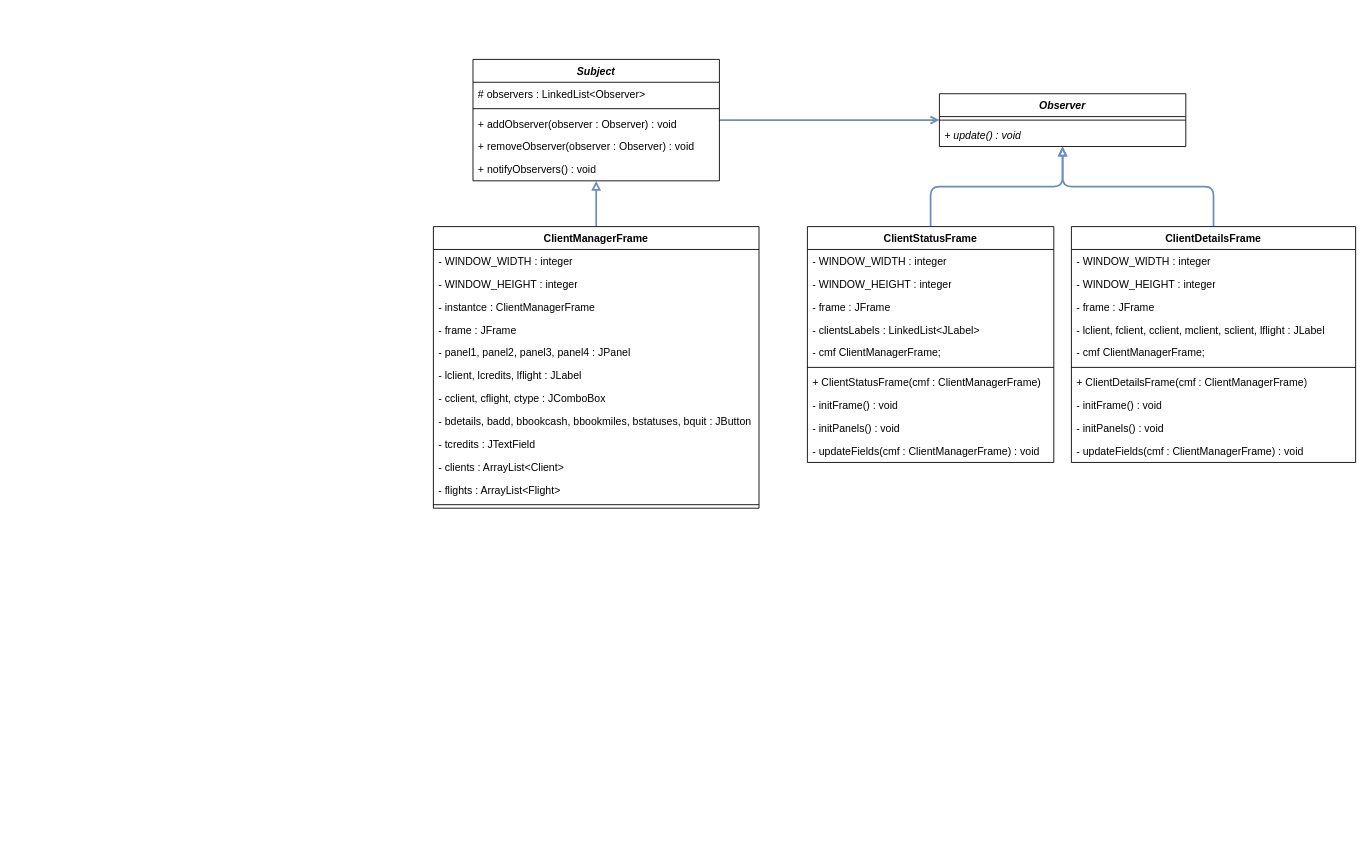
Cat-du-Fromage/ClientManager keeps this draw.io diagram as ClientManager.drawio. Above is the earlier version. Source tidied: cells renumbered, new cells numbered last; positions are measured from the earlier drawing's top-left corner, leaving out a move shared by most shapes. Both pictures are drawn from the tidied source at 88%, with x=0, y=0 at pixel (433, 59).
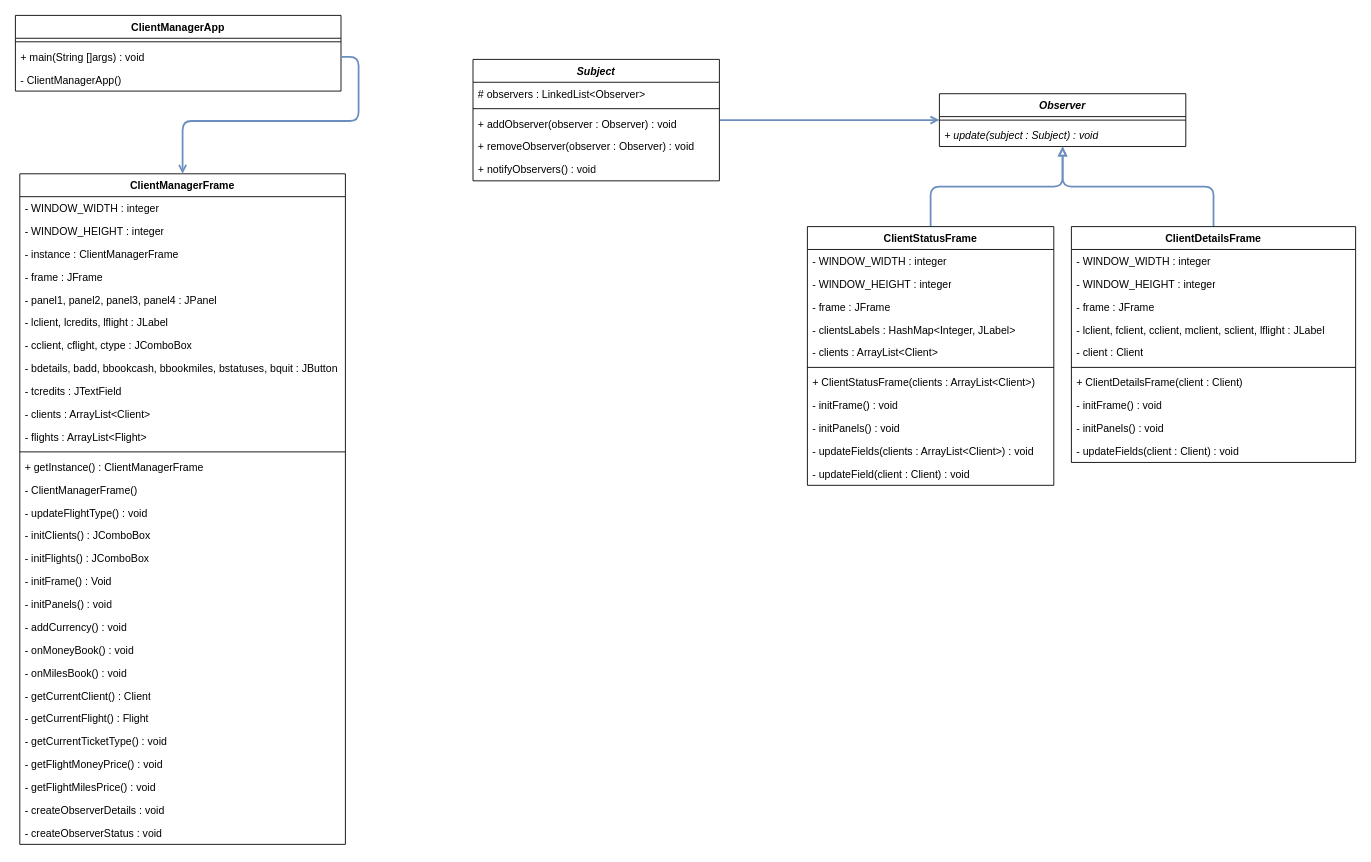
The same page after the edit.

Commit message (it also covers changes not shown here):
Add comments, remove unused code and update class diagram

Unchanged cells that the change refers to:
```xml
<mxCell id="3" value="&lt;i&gt;Subject&lt;/i&gt;" style="swimlane;fontStyle=1;align=center;verticalAlign=top;horizontal=1;startSize=26;whiteSpace=wrap;html=1;" parent="1" vertex="1">
  <mxGeometry x="45" width="280" height="138" as="geometry" />
</mxCell>
<mxCell id="9" value="&lt;i&gt;Observer&lt;/i&gt;" style="swimlane;fontStyle=1;align=center;verticalAlign=top;horizontal=1;startSize=26;whiteSpace=wrap;html=1;" parent="1" vertex="1">
  <mxGeometry x="575" y="39" width="280" height="60" as="geometry" />
</mxCell>
<mxCell id="25" value="ClientDetailsFrame" style="swimlane;fontStyle=1;align=center;verticalAlign=top;horizontal=1;startSize=26;whiteSpace=wrap;html=1;" parent="1" vertex="1">
  <mxGeometry x="725" y="190" width="323" height="268" as="geometry" />
</mxCell>
```

Diff of the diagram source:
```diff
@@
-    <mxCell id="11" value="&lt;i&gt;+ update() : void&lt;/i&gt;" style="text;strokeColor=none;fillColor=none;align=left;verticalAlign=top;spacingLeft=4;spacingRight=4;overflow=hidden;whiteSpace=wrap;html=1;" parent="9" vertex="1">
+    <mxCell id="11" value="&lt;i&gt;+ update(subject : Subject) : void&lt;/i&gt;" style="text;strokeColor=none;fillColor=none;align=left;verticalAlign=top;spacingLeft=4;spacingRight=4;overflow=hidden;whiteSpace=wrap;html=1;" parent="9" vertex="1">
       <mxGeometry y="34" width="280" height="26" as="geometry" />
     </mxCell>
@@
     <mxCell id="13" value="ClientStatusFrame" style="swimlane;fontStyle=1;align=center;verticalAlign=top;horizontal=1;startSize=26;whiteSpace=wrap;html=1;" parent="1" vertex="1">
-      <mxGeometry x="425" y="190" width="280" height="268" as="geometry" />
+      <mxGeometry x="425" y="190" width="280" height="294" as="geometry" />
     </mxCell>
@@
-    <mxCell id="17" value="- clientsLabels : LinkedList&amp;lt;JLabel&amp;gt;" style="text;strokeColor=none;fillColor=none;align=left;verticalAlign=top;spacingLeft=4;spacingRight=4;overflow=hidden;whiteSpace=wrap;html=1;" parent="13" vertex="1">
+    <mxCell id="17" value="- clientsLabels : HashMap&amp;lt;Integer, JLabel&amp;gt;" style="text;strokeColor=none;fillColor=none;align=left;verticalAlign=top;spacingLeft=4;spacingRight=4;overflow=hidden;whiteSpace=wrap;html=1;" parent="13" vertex="1">
       <mxGeometry y="104" width="280" height="26" as="geometry" />
     </mxCell>
-    <mxCell id="18" value="- cmf ClientManagerFrame;" style="text;strokeColor=none;fillColor=none;align=left;verticalAlign=top;spacingLeft=4;spacingRight=4;overflow=hidden;whiteSpace=wrap;html=1;" parent="13" vertex="1">
+    <mxCell id="18" value="- clients : ArrayList&amp;lt;Client&amp;gt;" style="text;strokeColor=none;fillColor=none;align=left;verticalAlign=top;spacingLeft=4;spacingRight=4;overflow=hidden;whiteSpace=wrap;html=1;" parent="13" vertex="1">
       <mxGeometry y="130" width="280" height="26" as="geometry" />
     </mxCell>
@@
-    <mxCell id="20" value="+ ClientStatusFrame(cmf : ClientManagerFrame)" style="text;strokeColor=none;fillColor=none;align=left;verticalAlign=top;spacingLeft=4;spacingRight=4;overflow=hidden;whiteSpace=wrap;html=1;" parent="13" vertex="1">
+    <mxCell id="20" value="+ ClientStatusFrame(clients : ArrayList&amp;lt;Client&amp;gt;)" style="text;strokeColor=none;fillColor=none;align=left;verticalAlign=top;spacingLeft=4;spacingRight=4;overflow=hidden;whiteSpace=wrap;html=1;" parent="13" vertex="1">
       <mxGeometry y="164" width="280" height="26" as="geometry" />
     </mxCell>
@@
-    <mxCell id="23" value="- updateFields(cmf : ClientManagerFrame) : void" style="text;strokeColor=none;fillColor=none;align=left;verticalAlign=top;spacingLeft=4;spacingRight=4;overflow=hidden;whiteSpace=wrap;html=1;" parent="13" vertex="1">
+    <mxCell id="23" value="- updateFields(clients : ArrayList&amp;lt;Client&amp;gt;) : void" style="text;strokeColor=none;fillColor=none;align=left;verticalAlign=top;spacingLeft=4;spacingRight=4;overflow=hidden;whiteSpace=wrap;html=1;" parent="13" vertex="1">
       <mxGeometry y="242" width="280" height="26" as="geometry" />
     </mxCell>
+    <mxCell id="50" value="- updateField(client : Client) : void" style="text;strokeColor=none;fillColor=none;align=left;verticalAlign=top;spacingLeft=4;spacingRight=4;overflow=hidden;whiteSpace=wrap;html=1;" parent="13" vertex="1">
+      <mxGeometry y="268" width="280" height="26" as="geometry" />
+    </mxCell>
@@
-    <mxCell id="30" value="- cmf ClientManagerFrame;" style="text;strokeColor=none;fillColor=none;align=left;verticalAlign=top;spacingLeft=4;spacingRight=4;overflow=hidden;whiteSpace=wrap;html=1;" parent="25" vertex="1">
+    <mxCell id="30" value="- client : Client" style="text;strokeColor=none;fillColor=none;align=left;verticalAlign=top;spacingLeft=4;spacingRight=4;overflow=hidden;whiteSpace=wrap;html=1;" parent="25" vertex="1">
       <mxGeometry y="130" width="323" height="26" as="geometry" />
     </mxCell>
@@
-    <mxCell id="32" value="+ ClientDetailsFrame(cmf : ClientManagerFrame)" style="text;strokeColor=none;fillColor=none;align=left;verticalAlign=top;spacingLeft=4;spacingRight=4;overflow=hidden;whiteSpace=wrap;html=1;" parent="25" vertex="1">
+    <mxCell id="32" value="+ ClientDetailsFrame(client : Client)" style="text;strokeColor=none;fillColor=none;align=left;verticalAlign=top;spacingLeft=4;spacingRight=4;overflow=hidden;whiteSpace=wrap;html=1;" parent="25" vertex="1">
       <mxGeometry y="164" width="323" height="26" as="geometry" />
     </mxCell>
@@
-    <mxCell id="35" value="- updateFields(cmf : ClientManagerFrame) : void" style="text;strokeColor=none;fillColor=none;align=left;verticalAlign=top;spacingLeft=4;spacingRight=4;overflow=hidden;whiteSpace=wrap;html=1;" parent="25" vertex="1">
+    <mxCell id="35" value="- updateFields(client : Client) : void" style="text;strokeColor=none;fillColor=none;align=left;verticalAlign=top;spacingLeft=4;spacingRight=4;overflow=hidden;whiteSpace=wrap;html=1;" parent="25" vertex="1">
       <mxGeometry y="242" width="323" height="26" as="geometry" />
     </mxCell>
-    <mxCell id="36" style="edgeStyle=orthogonalEdgeStyle;shape=connector;curved=0;rounded=1;jettySize=auto;html=1;exitX=0.5;exitY=0;exitDx=0;exitDy=0;strokeColor=#6c8ebf;strokeWidth=2;align=center;verticalAlign=middle;fontFamily=Helvetica;fontSize=11;fontColor=default;labelBackgroundColor=default;startFill=0;endArrow=block;fillColor=#dae8fc;endFill=0;" parent="1" edge="1" source="37" target="3">
-      <mxGeometry relative="1" as="geometry" />
-    </mxCell>
     <mxCell id="37" value="ClientManagerFrame" style="swimlane;fontStyle=1;align=center;verticalAlign=top;horizontal=1;startSize=26;whiteSpace=wrap;html=1;" parent="1" vertex="1">
-      <mxGeometry y="190" width="370" height="320" as="geometry" />
+      <mxGeometry x="-470" y="130" width="370" height="762" as="geometry" />
     </mxCell>
@@
-    <mxCell id="40" value="- instantce : ClientManagerFrame" style="text;strokeColor=none;fillColor=none;align=left;verticalAlign=top;spacingLeft=4;spacingRight=4;overflow=hidden;whiteSpace=wrap;html=1;" parent="37" vertex="1">
+    <mxCell id="40" value="- instance : ClientManagerFrame" style="text;strokeColor=none;fillColor=none;align=left;verticalAlign=top;spacingLeft=4;spacingRight=4;overflow=hidden;whiteSpace=wrap;html=1;" parent="37" vertex="1">
       <mxGeometry y="78" width="370" height="26" as="geometry" />
     </mxCell>
@@
+    <mxCell id="51" value="+ getInstance() : ClientManagerFrame" style="text;strokeColor=none;fillColor=none;align=left;verticalAlign=top;spacingLeft=4;spacingRight=4;overflow=hidden;whiteSpace=wrap;html=1;" parent="37" vertex="1">
+      <mxGeometry y="320" width="370" height="26" as="geometry" />
+    </mxCell>
+    <mxCell id="52" value="- ClientManagerFrame()" style="text;strokeColor=none;fillColor=none;align=left;verticalAlign=top;spacingLeft=4;spacingRight=4;overflow=hidden;whiteSpace=wrap;html=1;" parent="37" vertex="1">
+      <mxGeometry y="346" width="370" height="26" as="geometry" />
+    </mxCell>
+    <mxCell id="53" value="- updateFlightType() : void" style="text;strokeColor=none;fillColor=none;align=left;verticalAlign=top;spacingLeft=4;spacingRight=4;overflow=hidden;whiteSpace=wrap;html=1;" parent="37" vertex="1">
+      <mxGeometry y="372" width="370" height="26" as="geometry" />
+    </mxCell>
+    <mxCell id="54" value="- initClients() : JComboBox" style="text;strokeColor=none;fillColor=none;align=left;verticalAlign=top;spacingLeft=4;spacingRight=4;overflow=hidden;whiteSpace=wrap;html=1;" parent="37" vertex="1">
+      <mxGeometry y="398" width="370" height="26" as="geometry" />
+    </mxCell>
+    <mxCell id="55" value="- initFlights() : JComboBox" style="text;strokeColor=none;fillColor=none;align=left;verticalAlign=top;spacingLeft=4;spacingRight=4;overflow=hidden;whiteSpace=wrap;html=1;" parent="37" vertex="1">
+      <mxGeometry y="424" width="370" height="26" as="geometry" />
+    </mxCell>
+    <mxCell id="56" value="- initFrame() : Void" style="text;strokeColor=none;fillColor=none;align=left;verticalAlign=top;spacingLeft=4;spacingRight=4;overflow=hidden;whiteSpace=wrap;html=1;" parent="37" vertex="1">
+      <mxGeometry y="450" width="370" height="26" as="geometry" />
+    </mxCell>
+    <mxCell id="57" value="- initPanels() : void" style="text;strokeColor=none;fillColor=none;align=left;verticalAlign=top;spacingLeft=4;spacingRight=4;overflow=hidden;whiteSpace=wrap;html=1;" parent="37" vertex="1">
+      <mxGeometry y="476" width="370" height="26" as="geometry" />
+    </mxCell>
+    <mxCell id="58" value="- addCurrency() : void" style="text;strokeColor=none;fillColor=none;align=left;verticalAlign=top;spacingLeft=4;spacingRight=4;overflow=hidden;whiteSpace=wrap;html=1;" parent="37" vertex="1">
+      <mxGeometry y="502" width="370" height="26" as="geometry" />
+    </mxCell>
+    <mxCell id="59" value="- onMoneyBook() : void" style="text;strokeColor=none;fillColor=none;align=left;verticalAlign=top;spacingLeft=4;spacingRight=4;overflow=hidden;whiteSpace=wrap;html=1;" parent="37" vertex="1">
+      <mxGeometry y="528" width="370" height="26" as="geometry" />
+    </mxCell>
+    <mxCell id="60" value="- onMilesBook() : void" style="text;strokeColor=none;fillColor=none;align=left;verticalAlign=top;spacingLeft=4;spacingRight=4;overflow=hidden;whiteSpace=wrap;html=1;" parent="37" vertex="1">
+      <mxGeometry y="554" width="370" height="26" as="geometry" />
+    </mxCell>
+    <mxCell id="61" value="- getCurrentClient() : Client&lt;div&gt;&lt;br&gt;&lt;/div&gt;" style="text;strokeColor=none;fillColor=none;align=left;verticalAlign=top;spacingLeft=4;spacingRight=4;overflow=hidden;whiteSpace=wrap;html=1;" parent="37" vertex="1">
+      <mxGeometry y="580" width="370" height="26" as="geometry" />
+    </mxCell>
+    <mxCell id="62" value="&lt;div&gt;- getCurrentFlight() : Flight&lt;/div&gt;" style="text;strokeColor=none;fillColor=none;align=left;verticalAlign=top;spacingLeft=4;spacingRight=4;overflow=hidden;whiteSpace=wrap;html=1;" parent="37" vertex="1">
+      <mxGeometry y="606" width="370" height="26" as="geometry" />
+    </mxCell>
+    <mxCell id="63" value="- getCurrentTicketType() : void" style="text;strokeColor=none;fillColor=none;align=left;verticalAlign=top;spacingLeft=4;spacingRight=4;overflow=hidden;whiteSpace=wrap;html=1;" parent="37" vertex="1">
+      <mxGeometry y="632" width="370" height="26" as="geometry" />
+    </mxCell>
+    <mxCell id="64" value="&lt;div&gt;- getFlightMoneyPrice() : void&lt;/div&gt;" style="text;strokeColor=none;fillColor=none;align=left;verticalAlign=top;spacingLeft=4;spacingRight=4;overflow=hidden;whiteSpace=wrap;html=1;" parent="37" vertex="1">
+      <mxGeometry y="658" width="370" height="26" as="geometry" />
+    </mxCell>
+    <mxCell id="65" value="&lt;div&gt;- getFlightMilesPrice() : void&lt;/div&gt;" style="text;strokeColor=none;fillColor=none;align=left;verticalAlign=top;spacingLeft=4;spacingRight=4;overflow=hidden;whiteSpace=wrap;html=1;" parent="37" vertex="1">
+      <mxGeometry y="684" width="370" height="26" as="geometry" />
+    </mxCell>
+    <mxCell id="66" value="&lt;div&gt;- createObserverDetails : void&lt;/div&gt;" style="text;strokeColor=none;fillColor=none;align=left;verticalAlign=top;spacingLeft=4;spacingRight=4;overflow=hidden;whiteSpace=wrap;html=1;" parent="37" vertex="1">
+      <mxGeometry y="710" width="370" height="26" as="geometry" />
+    </mxCell>
+    <mxCell id="67" value="&lt;div&gt;- createObserverStatus : void&lt;/div&gt;" style="text;strokeColor=none;fillColor=none;align=left;verticalAlign=top;spacingLeft=4;spacingRight=4;overflow=hidden;whiteSpace=wrap;html=1;" parent="37" vertex="1">
+      <mxGeometry y="736" width="370" height="26" as="geometry" />
+    </mxCell>
+    <mxCell id="68" value="ClientManagerApp" style="swimlane;fontStyle=1;align=center;verticalAlign=top;horizontal=1;startSize=26;whiteSpace=wrap;html=1;" parent="1" vertex="1">
+      <mxGeometry x="-475" y="-50" width="370" height="86" as="geometry" />
+    </mxCell>
+    <mxCell id="69" style="line;strokeWidth=1;fillColor=none;align=left;verticalAlign=middle;spacingTop=-1;spacingLeft=3;spacingRight=3;labelPosition=right;strokeColor=inherit;" parent="68" vertex="1">
+      <mxGeometry y="26" width="370" height="8" as="geometry" />
+    </mxCell>
+    <mxCell id="70" value="+ main(String []args) : void&lt;div&gt;&lt;br&gt;&lt;/div&gt;" style="text;strokeColor=none;fillColor=none;align=left;verticalAlign=top;spacingLeft=4;spacingRight=4;overflow=hidden;points=[[0,0.5],[1,0.5]];portConstraint=eastwest;whiteSpace=wrap;html=1;" parent="68" vertex="1">
+      <mxGeometry y="34" width="370" height="26" as="geometry" />
+    </mxCell>
+    <mxCell id="71" value="&lt;div&gt;- ClientManagerApp()&lt;/div&gt;" style="text;strokeColor=none;fillColor=none;align=left;verticalAlign=top;spacingLeft=4;spacingRight=4;overflow=hidden;whiteSpace=wrap;html=1;" parent="68" vertex="1">
+      <mxGeometry y="60" width="370" height="26" as="geometry" />
+    </mxCell>
+    <mxCell id="72" style="edgeStyle=orthogonalEdgeStyle;shape=connector;curved=0;rounded=1;jettySize=auto;html=1;exitX=1;exitY=0.5;exitDx=0;exitDy=0;strokeColor=#6c8ebf;strokeWidth=2;align=center;verticalAlign=middle;fontFamily=Helvetica;fontSize=11;fontColor=default;labelBackgroundColor=default;startFill=0;endArrow=open;endFill=0;fillColor=#dae8fc;" parent="1" edge="1" source="70" target="37">
+      <mxGeometry relative="1" as="geometry" />
+    </mxCell>
```
